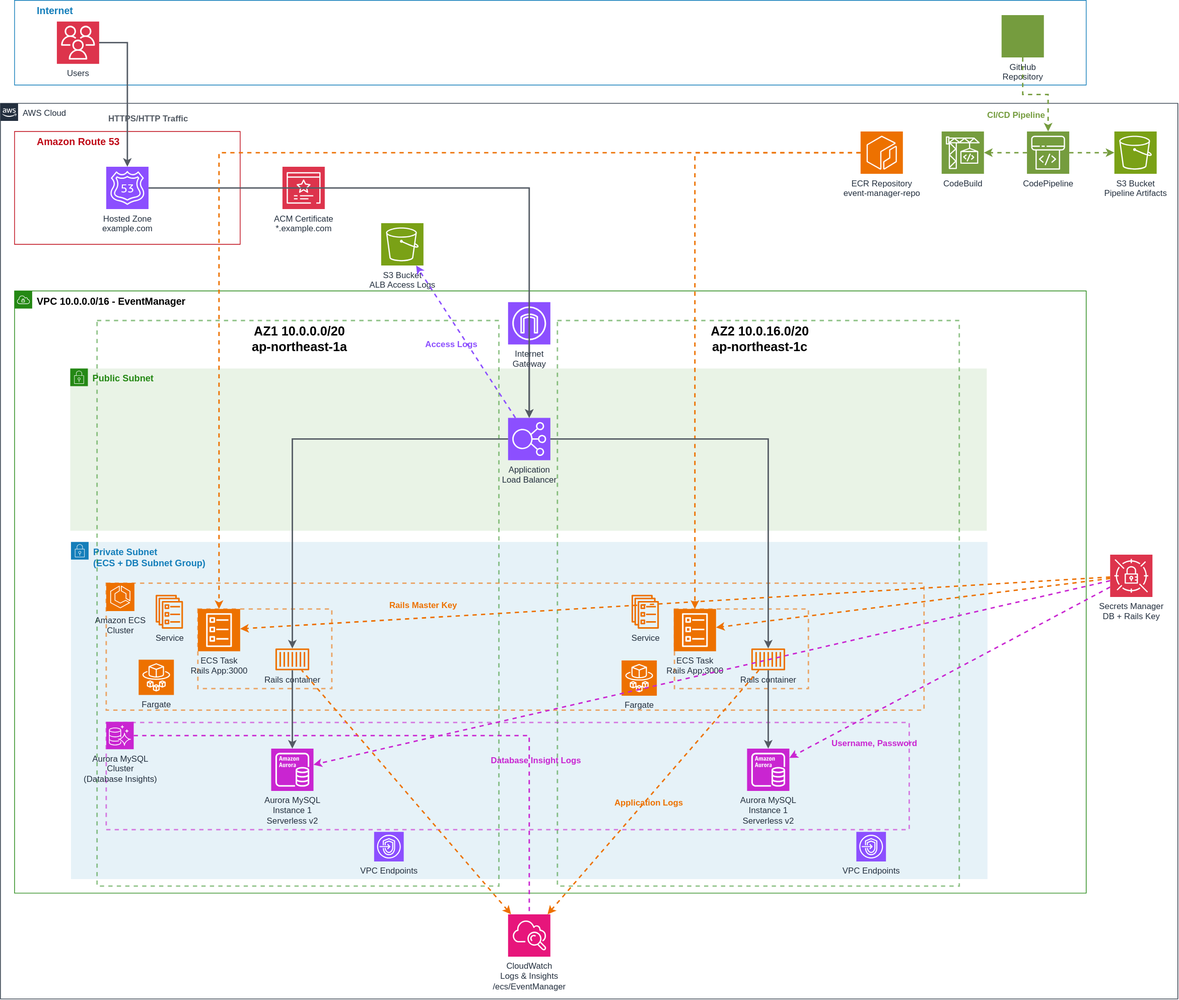
Before: aws-architecture-diagram.svg, a diagram exported from draw.io (DoiTaiki/event-manager). Source tidied: cells renumbered, new cells last; positions are measured from the earlier drawing's top-left corner, leaving out a move shared by most shapes.
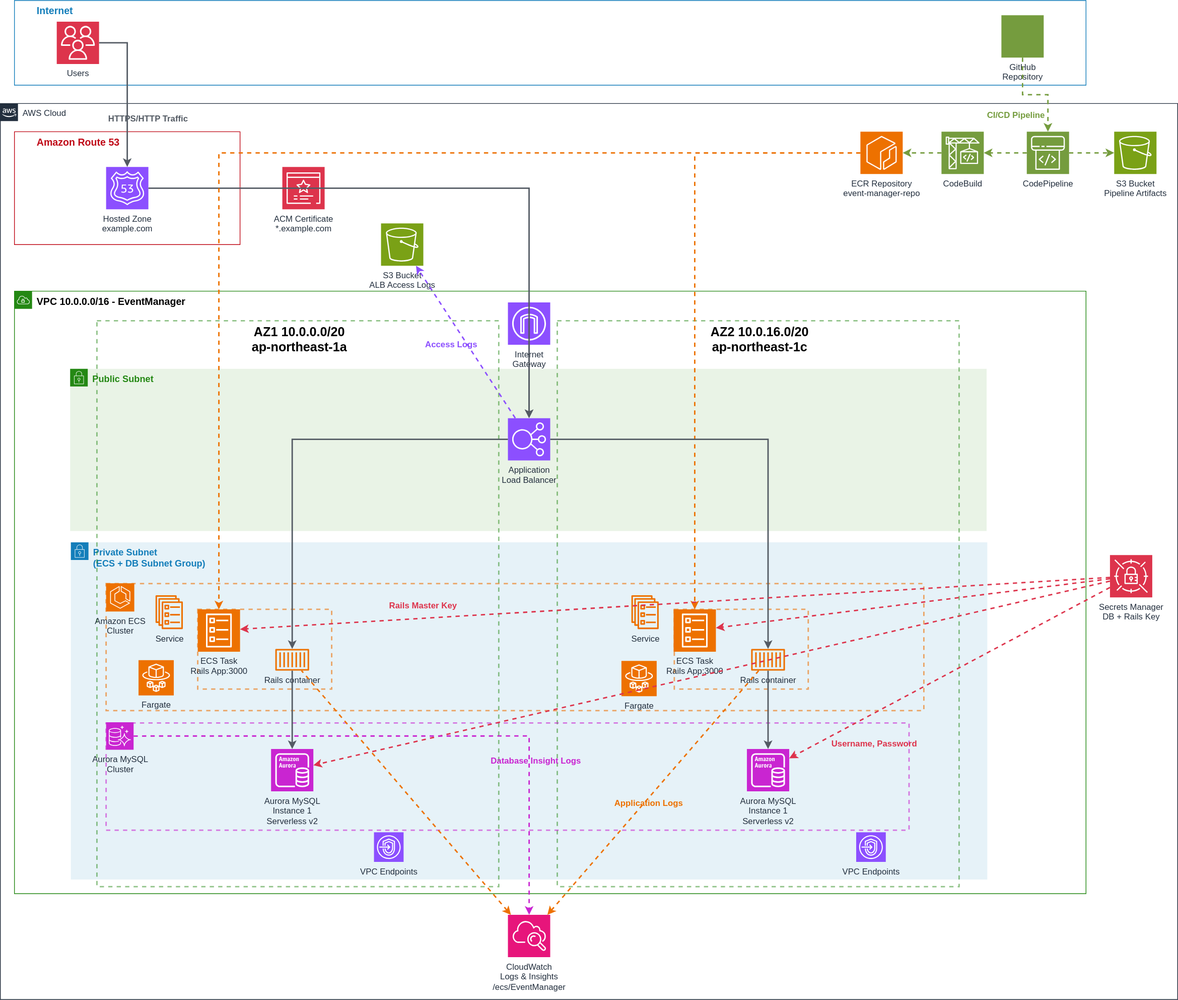
Above is the later version.

Commit message:
Update AWS architecture diagram and related documentation; modify subnet naming in diagram and README for clarity, adjust database configuration details, and enhance ECS service descriptions.

What changed in the source:
```diff
@@ -103,7 +103,7 @@
     <mxCell id="38" value="Amazon ECS&lt;br&gt;Cluster" style="sketch=0;fontColor=light-dark(#232F3E,#ED7100);fillColor=#ED7100;strokeColor=#ffffff;dashed=0;verticalLabelPosition=bottom;verticalAlign=top;align=center;html=1;fontSize=12;fontStyle=0;shape=mxgraph.aws4.resourceIcon;resIcon=mxgraph.aws4.ecs;shadow=0;" parent="18" vertex="1">
       <mxGeometry x="150" y="826" width="40" height="40" as="geometry" />
     </mxCell>
-    <mxCell id="39" value="Aurora MySQL&lt;br&gt;Cluster&lt;br&gt;(Database Insights)" style="sketch=0;fontColor=light-dark(#232F3E,#FF66FF);fillColor=#C925D1;strokeColor=#ffffff;dashed=0;verticalLabelPosition=bottom;verticalAlign=top;align=center;html=1;fontSize=12;fontStyle=0;shape=mxgraph.aws4.resourceIcon;resIcon=mxgraph.aws4.aurora;" parent="18" vertex="1">
+    <mxCell id="39" value="Aurora MySQL&lt;br&gt;Cluster" style="sketch=0;fontColor=light-dark(#232F3E,#FF66FF);fillColor=#C925D1;strokeColor=#ffffff;dashed=0;verticalLabelPosition=bottom;verticalAlign=top;align=center;html=1;fontSize=12;fontStyle=0;shape=mxgraph.aws4.resourceIcon;resIcon=mxgraph.aws4.aurora;" parent="18" vertex="1">
       <mxGeometry x="150" y="1023" width="39" height="39" as="geometry" />
     </mxCell>
     <mxCell id="40" value="VPC Endpoints" style="sketch=0;fontColor=light-dark(#232F3E,#8C4FFF);fillColor=#8C4FFF;strokeColor=#ffffff;dashed=0;verticalLabelPosition=bottom;verticalAlign=top;align=center;html=1;fontSize=12;fontStyle=0;shape=mxgraph.aws4.resourceIcon;resIcon=mxgraph.aws4.endpoints;" parent="18" vertex="1">
@@ -184,19 +184,19 @@
         <mxPoint x="1395" y="216" as="targetPoint" />
       </mxGeometry>
     </mxCell>
-    <mxCell id="60" style="edgeStyle=none;html=1;strokeColor=#ED7100;strokeWidth=2;dashed=1;endArrow=classic;endFill=1;startArrow=none;startFill=0;" parent="46" edge="1">
+    <mxCell id="60" style="edgeStyle=none;html=1;strokeColor=#DD344C;strokeWidth=2;dashed=1;endArrow=classic;endFill=1;startArrow=none;startFill=0;" parent="46" edge="1">
       <mxGeometry relative="1" as="geometry">
         <mxPoint x="1574" y="817.8" as="sourcePoint" />
         <mxPoint x="340" y="891.2" as="targetPoint" />
       </mxGeometry>
     </mxCell>
-    <mxCell id="61" style="edgeStyle=none;html=1;dashed=1;labelBackgroundColor=none;strokeColor=#C925D1;strokeWidth=2;startArrow=none;startFill=0;endArrow=classic;endFill=1;" parent="46" edge="1">
+    <mxCell id="61" style="edgeStyle=none;html=1;dashed=1;labelBackgroundColor=none;strokeColor=#DD344C;strokeWidth=2;startArrow=none;startFill=0;endArrow=classic;endFill=1;" parent="46" edge="1">
       <mxGeometry relative="1" as="geometry">
         <mxPoint x="1574" y="832" as="sourcePoint" />
         <mxPoint x="1119" y="1074.2" as="targetPoint" />
       </mxGeometry>
     </mxCell>
-    <mxCell id="62" style="edgeStyle=none;html=1;dashed=1;labelBackgroundColor=none;strokeColor=#C925D1;strokeWidth=2;startArrow=none;startFill=0;endArrow=classic;endFill=1;" parent="46" edge="1">
+    <mxCell id="62" style="edgeStyle=none;html=1;dashed=1;labelBackgroundColor=none;strokeColor=#DD344C;strokeWidth=2;startArrow=none;startFill=0;endArrow=classic;endFill=1;" parent="46" edge="1">
       <mxGeometry relative="1" as="geometry">
         <mxPoint x="1574" y="822.9" as="sourcePoint" />
         <mxPoint x="444" y="1083.9" as="targetPoint" />
@@ -208,10 +208,10 @@
         <mxPoint x="1075.7" y="949.9" as="targetPoint" />
       </mxGeometry>
     </mxCell>
-    <mxCell id="64" value="&lt;font color=&quot;#ed7100&quot;&gt;Rails Master Key&lt;/font&gt;" style="text;html=1;strokeColor=none;fillColor=none;align=center;verticalAlign=middle;whiteSpace=wrap;rounded=0;fontSize=12;fontStyle=1;fontColor=#545B64;" parent="46" vertex="1">
+    <mxCell id="64" value="&lt;font color=&quot;#dd344c&quot;&gt;Rails Master Key&lt;/font&gt;" style="text;html=1;strokeColor=none;fillColor=none;align=center;verticalAlign=middle;whiteSpace=wrap;rounded=0;fontSize=12;fontStyle=1;fontColor=#545B64;" parent="46" vertex="1">
       <mxGeometry x="530" y="846" width="140" height="24" as="geometry" />
     </mxCell>
-    <mxCell id="65" value="&lt;font color=&quot;#c925d1&quot;&gt;Username, Password&lt;/font&gt;" style="text;html=1;strokeColor=none;fillColor=none;align=center;verticalAlign=middle;whiteSpace=wrap;rounded=0;fontSize=12;fontStyle=1;fontColor=#545B64;" parent="46" vertex="1">
+    <mxCell id="65" value="&lt;font color=&quot;#dd344c&quot;&gt;Username, Password&lt;/font&gt;" style="text;html=1;strokeColor=none;fillColor=none;align=center;verticalAlign=middle;whiteSpace=wrap;rounded=0;fontSize=12;fontStyle=1;fontColor=#545B64;" parent="46" vertex="1">
       <mxGeometry x="1170" y="1042" width="140" height="24" as="geometry" />
     </mxCell>
     <mxCell id="66" style="edgeStyle=none;html=1;dashed=1;labelBackgroundColor=none;strokeColor=#ED7100;strokeWidth=2;startArrow=classic;startFill=1;endArrow=none;endFill=0;" parent="46" edge="1" target="28">
@@ -219,7 +219,7 @@
         <mxPoint x="724.3" y="1296" as="sourcePoint" />
       </mxGeometry>
     </mxCell>
-    <mxCell id="67" style="edgeStyle=orthogonalEdgeStyle;rounded=0;orthogonalLoop=1;jettySize=auto;html=1;strokeColor=#C925D1;strokeWidth=2;endArrow=none;endFill=1;dashed=1;" parent="46" edge="1">
+    <mxCell id="67" style="edgeStyle=orthogonalEdgeStyle;rounded=0;orthogonalLoop=1;jettySize=auto;html=1;strokeColor=#C925D1;strokeWidth=2;endArrow=classic;endFill=1;dashed=1;" parent="46" edge="1">
       <mxGeometry relative="1" as="geometry">
         <mxPoint x="189" y="1042.5" as="sourcePoint" />
         <mxPoint x="750.1" y="1296" as="targetPoint" />
@@ -246,11 +246,17 @@
         <mxPoint x="1580" y="216" as="targetPoint" />
       </mxGeometry>
     </mxCell>
-    <mxCell id="73" style="edgeStyle=none;html=1;startArrow=none;startFill=0;endArrow=classic;endFill=1;strokeColor=#ED7100;strokeWidth=2;dashed=1;" parent="46" edge="1">
+    <mxCell id="73" style="edgeStyle=none;html=1;startArrow=none;startFill=0;endArrow=classic;endFill=1;strokeColor=#DD344C;strokeWidth=2;dashed=1;" parent="46" edge="1">
       <mxGeometry relative="1" as="geometry">
         <mxPoint x="1574" y="819.7" as="sourcePoint" />
         <mxPoint x="1015" y="889.3" as="targetPoint" />
       </mxGeometry>
     </mxCell>
+    <mxCell id="74" style="edgeStyle=none;html=1;strokeColor=#759C3E;dashed=1;strokeWidth=2;" parent="46" edge="1">
+      <mxGeometry relative="1" as="geometry">
+        <mxPoint x="1335" y="216" as="sourcePoint" />
+        <mxPoint x="1280" y="216" as="targetPoint" />
+      </mxGeometry>
+    </mxCell>
   </root>
 </mxGraphModel>
```
